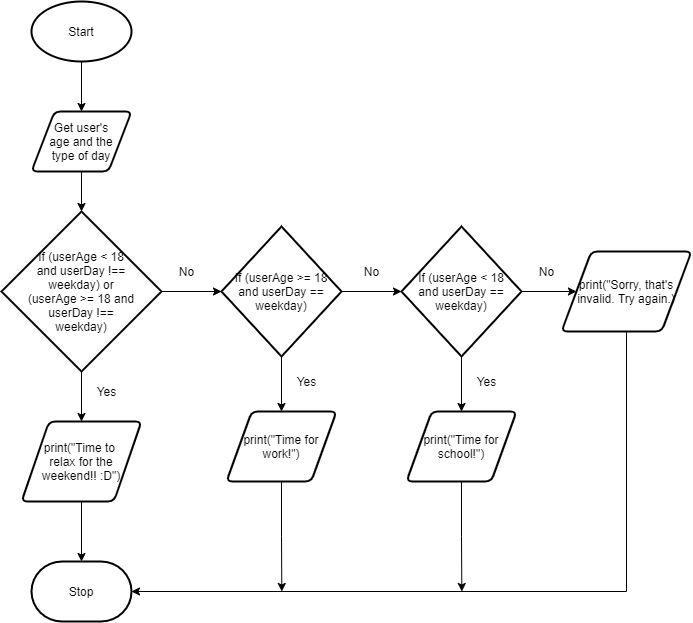
Before: Unit5-05.png, a diagram exported from draw.io (Infinity-deGuzman/ICS2O-Unit5-05-HTML-Radio_Buttons). Source tidied: cells renumbered, new cells last; positions are measured from the earlier drawing's top-left corner, leaving out a move shared by most shapes.
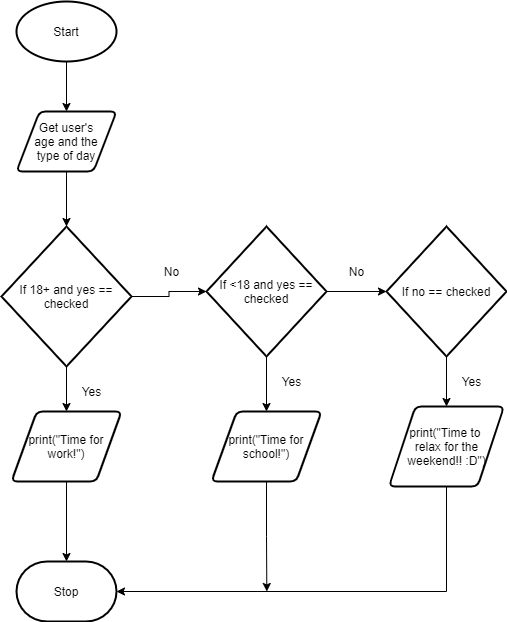
The same diagram one commit later.

What changed in the source:
```diff
@@ -20,14 +20,14 @@
     <mxCell id="7" style="edgeStyle=orthogonalEdgeStyle;rounded=0;jettySize=auto;html=1;exitX=1;exitY=0.5;exitDx=0;exitDy=0;exitPerimeter=0;entryX=0;entryY=0.5;entryDx=0;entryDy=0;entryPerimeter=0;" parent="1" edge="1" source="8" target="13">
       <mxGeometry relative="1" as="geometry" />
     </mxCell>
-    <mxCell id="8" value="If (userAge &amp;lt; 18&lt;br&gt;and userDay !==&lt;br&gt;weekday) or&lt;br&gt;(userAge &amp;gt;= 18 and&lt;br&gt;userDay !==&lt;br&gt;weekday)" style="strokeWidth=2;html=1;shape=mxgraph.flowchart.decision;whiteSpace=wrap;" parent="1" vertex="1">
-      <mxGeometry y="210" width="160" height="160" as="geometry" />
+    <mxCell id="8" value="&lt;span&gt;If 18+ and yes == checked&lt;/span&gt;" style="strokeWidth=2;html=1;shape=mxgraph.flowchart.decision;whiteSpace=wrap;" parent="1" vertex="1">
+      <mxGeometry x="15" y="225" width="130" height="140" as="geometry" />
     </mxCell>
     <mxCell id="9" style="edgeStyle=orthogonalEdgeStyle;rounded=0;jettySize=auto;html=1;exitX=0.5;exitY=1;exitDx=0;exitDy=0;entryX=0.5;entryY=0;entryDx=0;entryDy=0;entryPerimeter=0;" parent="1" edge="1" source="10" target="29">
       <mxGeometry relative="1" as="geometry" />
     </mxCell>
-    <mxCell id="10" value="print(&quot;Time to&amp;nbsp;&lt;br&gt;relax for the&lt;br&gt;weekend!! :D&quot;)" style="shape=parallelogram;html=1;strokeWidth=2;perimeter=parallelogramPerimeter;whiteSpace=wrap;rounded=1;arcSize=12;size=0.23;" parent="1" vertex="1">
-      <mxGeometry x="20" y="420" width="120" height="80" as="geometry" />
+    <mxCell id="10" value="print(&quot;Time for&lt;br&gt;work!&quot;)" style="shape=parallelogram;html=1;strokeWidth=2;perimeter=parallelogramPerimeter;whiteSpace=wrap;rounded=1;arcSize=12;size=0.23;" parent="1" vertex="1">
+      <mxGeometry x="25" y="410" width="110" height="70" as="geometry" />
     </mxCell>
     <mxCell id="11" style="edgeStyle=orthogonalEdgeStyle;rounded=0;jettySize=auto;html=1;exitX=1;exitY=0.5;exitDx=0;exitDy=0;exitPerimeter=0;entryX=0;entryY=0.5;entryDx=0;entryDy=0;entryPerimeter=0;" parent="1" edge="1" source="13" target="16">
       <mxGeometry relative="1" as="geometry" />
@@ -35,32 +35,27 @@
     <mxCell id="12" style="edgeStyle=orthogonalEdgeStyle;rounded=0;jettySize=auto;html=1;exitX=0.5;exitY=1;exitDx=0;exitDy=0;exitPerimeter=0;entryX=0.5;entryY=0;entryDx=0;entryDy=0;" parent="1" edge="1" source="13" target="20">
       <mxGeometry relative="1" as="geometry" />
     </mxCell>
-    <mxCell id="13" value="If (userAge &amp;gt;= 18&lt;br&gt;and userDay == weekday)" style="strokeWidth=2;html=1;shape=mxgraph.flowchart.decision;whiteSpace=wrap;" parent="1" vertex="1">
+    <mxCell id="13" value="If &amp;lt;18 and yes ==&lt;br&gt;checked" style="strokeWidth=2;html=1;shape=mxgraph.flowchart.decision;whiteSpace=wrap;" parent="1" vertex="1">
       <mxGeometry x="220" y="225" width="120" height="130" as="geometry" />
     </mxCell>
     <mxCell id="14" style="edgeStyle=orthogonalEdgeStyle;rounded=0;jettySize=auto;html=1;exitX=0.5;exitY=1;exitDx=0;exitDy=0;exitPerimeter=0;entryX=0.5;entryY=0;entryDx=0;entryDy=0;" parent="1" edge="1" source="16" target="18">
       <mxGeometry relative="1" as="geometry" />
     </mxCell>
-    <mxCell id="15" style="edgeStyle=orthogonalEdgeStyle;rounded=0;jettySize=auto;html=1;exitX=1;exitY=0.5;exitDx=0;exitDy=0;exitPerimeter=0;entryX=0;entryY=0.5;entryDx=0;entryDy=0;" parent="1" edge="1" source="16" target="27">
-      <mxGeometry relative="1" as="geometry" />
-    </mxCell>
-    <mxCell id="16" value="If (userAge &amp;lt; 18&lt;br&gt;and userDay == weekday)" style="strokeWidth=2;html=1;shape=mxgraph.flowchart.decision;whiteSpace=wrap;" parent="1" vertex="1">
+    <mxCell id="16" value="If no == checked" style="strokeWidth=2;html=1;shape=mxgraph.flowchart.decision;whiteSpace=wrap;" parent="1" vertex="1">
       <mxGeometry x="400" y="225" width="120" height="130" as="geometry" />
     </mxCell>
-    <mxCell id="17" style="edgeStyle=orthogonalEdgeStyle;rounded=0;jettySize=auto;html=1;exitX=0.5;exitY=1;exitDx=0;exitDy=0;" parent="1" edge="1" source="18">
-      <mxGeometry relative="1" as="geometry">
-        <mxPoint x="460.3" y="590" as="targetPoint" />
-      </mxGeometry>
+    <mxCell id="17" style="edgeStyle=orthogonalEdgeStyle;rounded=0;jettySize=auto;html=1;exitX=0.5;exitY=1;exitDx=0;exitDy=0;entryX=1;entryY=0.5;entryDx=0;entryDy=0;entryPerimeter=0;" parent="1" edge="1" source="18" target="29">
+      <mxGeometry relative="1" as="geometry" />
     </mxCell>
-    <mxCell id="18" value="print(&quot;Time for&lt;br&gt;school!&quot;)" style="shape=parallelogram;html=1;strokeWidth=2;perimeter=parallelogramPerimeter;whiteSpace=wrap;rounded=1;arcSize=12;size=0.23;" parent="1" vertex="1">
-      <mxGeometry x="405" y="410" width="110" height="70" as="geometry" />
+    <mxCell id="18" value="print(&quot;Time to&amp;nbsp;&lt;br&gt;relax for the&lt;br&gt;weekend!! :D&quot;)" style="shape=parallelogram;html=1;strokeWidth=2;perimeter=parallelogramPerimeter;whiteSpace=wrap;rounded=1;arcSize=12;size=0.23;" parent="1" vertex="1">
+      <mxGeometry x="402.5" y="405" width="115" height="80" as="geometry" />
     </mxCell>
     <mxCell id="19" style="edgeStyle=orthogonalEdgeStyle;rounded=0;jettySize=auto;html=1;exitX=0.5;exitY=1;exitDx=0;exitDy=0;" parent="1" edge="1" source="20">
       <mxGeometry relative="1" as="geometry">
         <mxPoint x="280.3" y="590" as="targetPoint" />
       </mxGeometry>
     </mxCell>
-    <mxCell id="20" value="print(&quot;Time for&lt;br&gt;work!&quot;)" style="shape=parallelogram;html=1;strokeWidth=2;perimeter=parallelogramPerimeter;whiteSpace=wrap;rounded=1;arcSize=12;size=0.23;" parent="1" vertex="1">
+    <mxCell id="20" value="&lt;span&gt;print(&quot;Time for&lt;/span&gt;&lt;br&gt;&lt;span&gt;school!&quot;)&lt;/span&gt;" style="shape=parallelogram;html=1;strokeWidth=2;perimeter=parallelogramPerimeter;whiteSpace=wrap;rounded=1;arcSize=12;size=0.23;" parent="1" vertex="1">
       <mxGeometry x="225" y="410" width="110" height="70" as="geometry" />
     </mxCell>
     <mxCell id="21" value="Yes" style="text;html=1;align=center;verticalAlign=middle;fillColor=none;strokeColor=none;rounded=0;" parent="1" vertex="1">
@@ -78,15 +73,6 @@
     <mxCell id="25" value="No" style="text;html=1;align=center;verticalAlign=middle;fillColor=none;strokeColor=none;rounded=0;" parent="1" vertex="1">
       <mxGeometry x="170" y="260" width="30" height="20" as="geometry" />
     </mxCell>
-    <mxCell id="26" style="edgeStyle=orthogonalEdgeStyle;rounded=0;jettySize=auto;html=1;exitX=0.5;exitY=1;exitDx=0;exitDy=0;entryX=1;entryY=0.5;entryDx=0;entryDy=0;entryPerimeter=0;" parent="1" edge="1" source="27" target="29">
-      <mxGeometry relative="1" as="geometry" />
-    </mxCell>
-    <mxCell id="27" value="print(&quot;Sorry, that's invalid. Try again.)" style="shape=parallelogram;html=1;strokeWidth=2;perimeter=parallelogramPerimeter;whiteSpace=wrap;rounded=1;arcSize=12;size=0.23;" parent="1" vertex="1">
-      <mxGeometry x="560" y="250" width="130" height="80" as="geometry" />
-    </mxCell>
-    <mxCell id="28" value="No" style="text;html=1;align=center;verticalAlign=middle;fillColor=none;strokeColor=none;rounded=0;" parent="1" vertex="1">
-      <mxGeometry x="530" y="260" width="30" height="20" as="geometry" />
-    </mxCell>
     <mxCell id="29" value="Stop" style="strokeWidth=2;html=1;shape=mxgraph.flowchart.terminator;whiteSpace=wrap;" parent="1" vertex="1">
       <mxGeometry x="30" y="560" width="100" height="60" as="geometry" />
     </mxCell>
```
